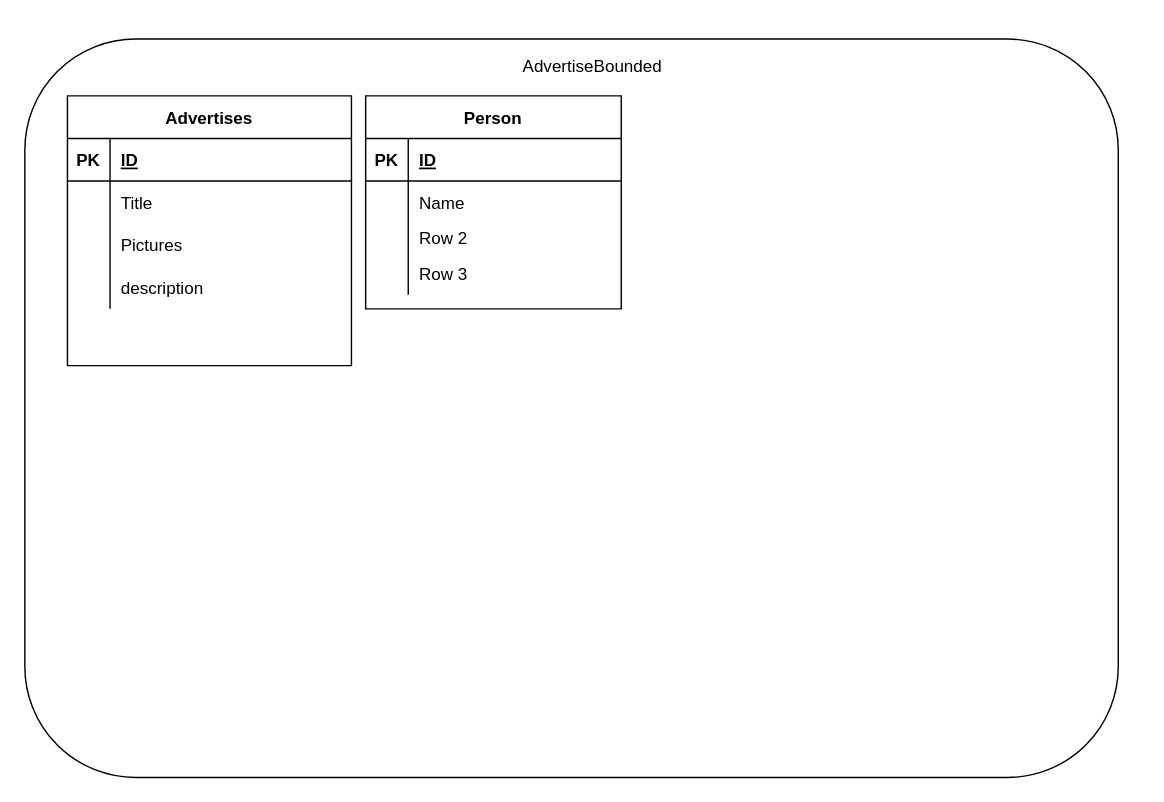
ramzibdair/test keeps this draw.io diagram as Untitled Diagram.drawio. Above is the earlier version. Source tidied: cells renumbered, new cells numbered last; positions are measured from the earlier drawing's top-left corner, leaving out a move shared by most shapes. Both pictures are drawn from the tidied source at 142%, with x=0, y=0 at pixel (24, 38).
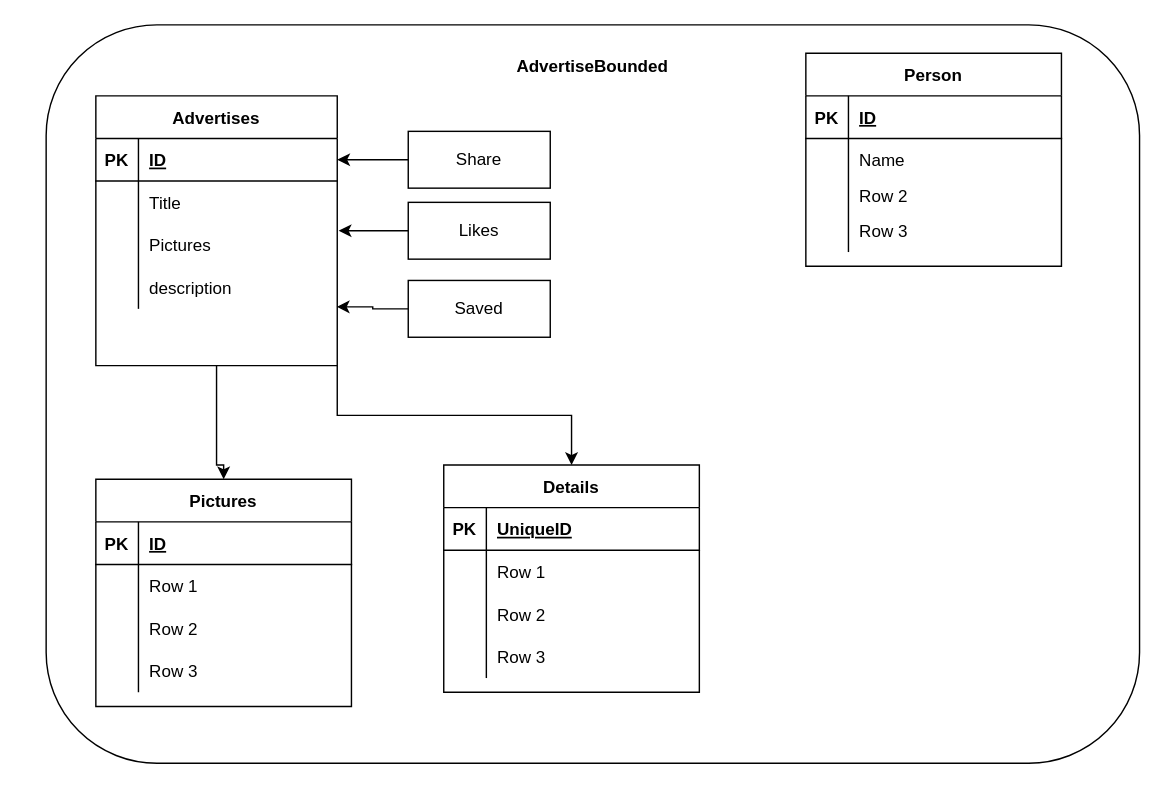
After the change.

Commit message:
Add Shared Entities

What changed in the source:
```diff
@@
     <mxCell id="2" style="rounded=1;whiteSpace=wrap;html=1;" parent="1" vertex="1">
-      <mxGeometry width="770" height="520" as="geometry" />
+      <mxGeometry x="15" y="-10" width="770" height="520" as="geometry" />
     </mxCell>
-    <mxCell id="3" value="AdvertiseBounded" style="text;html=1;strokeColor=none;fillColor=none;align=center;verticalAlign=middle;whiteSpace=wrap;rounded=0;" parent="1" vertex="1">
+    <mxCell id="3" value="&lt;b&gt;AdvertiseBounded&lt;/b&gt;" style="text;html=1;strokeColor=none;fillColor=none;align=center;verticalAlign=middle;whiteSpace=wrap;rounded=0;" parent="1" vertex="1">
       <mxGeometry x="360" y="10" width="80" height="20" as="geometry" />
     </mxCell>
+    <mxCell id="30" style="edgeStyle=orthogonalEdgeStyle;rounded=0;jettySize=auto;html=1;exitX=0.5;exitY=1;exitDx=0;exitDy=0;entryX=0.5;entryY=0;entryDx=0;entryDy=0;" parent="1" edge="1" source="4" target="32">
+      <mxGeometry relative="1" as="geometry">
+        <Array as="points">
+          <mxPoint x="135" y="300" />
+        </Array>
+      </mxGeometry>
+    </mxCell>
+    <mxCell id="31" style="edgeStyle=orthogonalEdgeStyle;rounded=0;jettySize=auto;html=1;exitX=1;exitY=1;exitDx=0;exitDy=0;" parent="1" edge="1" source="4" target="45">
+      <mxGeometry relative="1" as="geometry" />
+    </mxCell>
     <mxCell id="4" value="Advertises" style="shape=table;startSize=30;childLayout=tableLayout;rowLines=0;fontStyle=1;align=center;" parent="1" vertex="1">
-      <mxGeometry x="30" y="40" width="200" height="190" as="geometry" />
+      <mxGeometry x="50" y="40" width="170" height="190" as="geometry" />
     </mxCell>
     <mxCell id="5" style="shape=partialRectangle;fillColor=none;top=0;left=0;bottom=1;right=0;points=[[0,0.5],[1,0.5]];portConstraint=eastwest;" parent="4" vertex="1">
-      <mxGeometry y="30" width="200" height="30" as="geometry" />
+      <mxGeometry y="30" width="170" height="30" as="geometry" />
     </mxCell>
@@
     <mxCell id="7" value="ID" style="shape=partialRectangle;fillColor=none;top=0;left=0;bottom=0;right=0;align=left;spacingLeft=6;fontStyle=5;overflow=hidden;" parent="5" vertex="1">
-      <mxGeometry x="30" width="170" height="30" as="geometry" />
+      <mxGeometry x="30" width="140" height="30" as="geometry" />
     </mxCell>
     <mxCell id="8" style="shape=partialRectangle;fillColor=none;top=0;left=0;bottom=0;right=0;" parent="4" vertex="1">
-      <mxGeometry y="60" width="200" height="30" as="geometry" />
+      <mxGeometry y="60" width="170" height="30" as="geometry" />
     </mxCell>
@@
     <mxCell id="10" value="Title" style="shape=partialRectangle;fillColor=none;top=0;left=0;bottom=0;right=0;align=left;spacingLeft=6;overflow=hidden;" parent="8" vertex="1">
-      <mxGeometry x="30" width="170" height="30" as="geometry" />
+      <mxGeometry x="30" width="140" height="30" as="geometry" />
     </mxCell>
     <mxCell id="11" style="shape=partialRectangle;fillColor=none;top=0;left=0;bottom=0;right=0;" parent="4" vertex="1">
-      <mxGeometry y="90" width="200" height="30" as="geometry" />
+      <mxGeometry y="90" width="170" height="30" as="geometry" />
     </mxCell>
@@
     <mxCell id="13" value="Pictures" style="shape=partialRectangle;fillColor=none;top=0;left=0;bottom=0;right=0;align=left;spacingLeft=6;overflow=hidden;" parent="11" vertex="1">
-      <mxGeometry x="30" width="170" height="30" as="geometry" />
+      <mxGeometry x="30" width="140" height="30" as="geometry" />
     </mxCell>
     <mxCell id="14" style="shape=partialRectangle;fillColor=none;top=0;left=0;bottom=0;right=0;points=[[0,0.5],[1,0.5]];portConstraint=eastwest;" parent="4" vertex="1">
-      <mxGeometry y="120" width="200" height="30" as="geometry" />
+      <mxGeometry y="120" width="170" height="30" as="geometry" />
     </mxCell>
@@
     <mxCell id="16" value="description" style="shape=partialRectangle;fillColor=none;top=0;left=0;bottom=0;right=0;align=left;spacingLeft=6;overflow=hidden;" parent="14" vertex="1">
-      <mxGeometry x="30" width="170" height="30" as="geometry" />
+      <mxGeometry x="30" width="140" height="30" as="geometry" />
     </mxCell>
     <mxCell id="17" value="Person" style="shape=table;startSize=30;childLayout=tableLayout;rowLines=0;fontStyle=1;align=center;" parent="1" vertex="1">
-      <mxGeometry x="240" y="40" width="180" height="150" as="geometry" />
+      <mxGeometry x="550" y="10" width="180" height="150" as="geometry" />
     </mxCell>
@@
+    <mxCell id="32" value="Pictures" style="shape=table;startSize=30;childLayout=tableLayout;rowLines=0;fontStyle=1;align=center;" parent="1" vertex="1">
+      <mxGeometry x="50" y="310" width="180" height="160" as="geometry" />
+    </mxCell>
+    <mxCell id="33" style="shape=partialRectangle;fillColor=none;top=0;left=0;bottom=1;right=0;" parent="32" vertex="1">
+      <mxGeometry y="30" width="180" height="30" as="geometry" />
+    </mxCell>
+    <mxCell id="34" value="PK" style="shape=partialRectangle;fillColor=none;top=0;left=0;bottom=0;right=0;fontStyle=1;overflow=hidden;" parent="33" vertex="1">
+      <mxGeometry width="30" height="30" as="geometry" />
+    </mxCell>
+    <mxCell id="35" value="ID" style="shape=partialRectangle;fillColor=none;top=0;left=0;bottom=0;right=0;align=left;spacingLeft=6;fontStyle=5;overflow=hidden;" parent="33" vertex="1">
+      <mxGeometry x="30" width="150" height="30" as="geometry" />
+    </mxCell>
+    <mxCell id="36" style="shape=partialRectangle;fillColor=none;top=0;left=0;bottom=0;right=0;" parent="32" vertex="1">
+      <mxGeometry y="60" width="180" height="30" as="geometry" />
+    </mxCell>
+    <mxCell id="37" style="shape=partialRectangle;fillColor=none;top=0;left=0;bottom=0;right=0;overflow=hidden;" parent="36" vertex="1">
+      <mxGeometry width="30" height="30" as="geometry" />
+    </mxCell>
+    <mxCell id="38" value="Row 1" style="shape=partialRectangle;fillColor=none;top=0;left=0;bottom=0;right=0;align=left;spacingLeft=6;overflow=hidden;" parent="36" vertex="1">
+      <mxGeometry x="30" width="150" height="30" as="geometry" />
+    </mxCell>
+    <mxCell id="39" style="shape=partialRectangle;fillColor=none;top=0;left=0;bottom=0;right=0;" parent="32" vertex="1">
+      <mxGeometry y="90" width="180" height="30" as="geometry" />
+    </mxCell>
+    <mxCell id="40" style="shape=partialRectangle;fillColor=none;top=0;left=0;bottom=0;right=0;overflow=hidden;" parent="39" vertex="1">
+      <mxGeometry width="30" height="30" as="geometry" />
+    </mxCell>
+    <mxCell id="41" value="Row 2" style="shape=partialRectangle;fillColor=none;top=0;left=0;bottom=0;right=0;align=left;spacingLeft=6;overflow=hidden;" parent="39" vertex="1">
+      <mxGeometry x="30" width="150" height="30" as="geometry" />
+    </mxCell>
+    <mxCell id="42" style="shape=partialRectangle;fillColor=none;top=0;left=0;bottom=0;right=0;" parent="32" vertex="1">
+      <mxGeometry y="120" width="180" height="30" as="geometry" />
+    </mxCell>
+    <mxCell id="43" style="shape=partialRectangle;fillColor=none;top=0;left=0;bottom=0;right=0;overflow=hidden;" parent="42" vertex="1">
+      <mxGeometry width="30" height="30" as="geometry" />
+    </mxCell>
+    <mxCell id="44" value="Row 3" style="shape=partialRectangle;fillColor=none;top=0;left=0;bottom=0;right=0;align=left;spacingLeft=6;overflow=hidden;" parent="42" vertex="1">
+      <mxGeometry x="30" width="150" height="30" as="geometry" />
+    </mxCell>
+    <mxCell id="45" value="Details" style="shape=table;startSize=30;childLayout=tableLayout;rowLines=0;fontStyle=1;align=center;" parent="1" vertex="1">
+      <mxGeometry x="295" y="300" width="180" height="160" as="geometry" />
+    </mxCell>
+    <mxCell id="46" style="shape=partialRectangle;fillColor=none;top=0;left=0;bottom=1;right=0;" parent="45" vertex="1">
+      <mxGeometry y="30" width="180" height="30" as="geometry" />
+    </mxCell>
+    <mxCell id="47" value="PK" style="shape=partialRectangle;fillColor=none;top=0;left=0;bottom=0;right=0;fontStyle=1;overflow=hidden;" parent="46" vertex="1">
+      <mxGeometry width="30" height="30" as="geometry" />
+    </mxCell>
+    <mxCell id="48" value="UniqueID" style="shape=partialRectangle;fillColor=none;top=0;left=0;bottom=0;right=0;align=left;spacingLeft=6;fontStyle=5;overflow=hidden;" parent="46" vertex="1">
+      <mxGeometry x="30" width="150" height="30" as="geometry" />
+    </mxCell>
+    <mxCell id="49" style="shape=partialRectangle;fillColor=none;top=0;left=0;bottom=0;right=0;" parent="45" vertex="1">
+      <mxGeometry y="60" width="180" height="30" as="geometry" />
+    </mxCell>
+    <mxCell id="50" style="shape=partialRectangle;fillColor=none;top=0;left=0;bottom=0;right=0;overflow=hidden;" parent="49" vertex="1">
+      <mxGeometry width="30" height="30" as="geometry" />
+    </mxCell>
+    <mxCell id="51" value="Row 1" style="shape=partialRectangle;fillColor=none;top=0;left=0;bottom=0;right=0;align=left;spacingLeft=6;overflow=hidden;" parent="49" vertex="1">
+      <mxGeometry x="30" width="150" height="30" as="geometry" />
+    </mxCell>
+    <mxCell id="52" style="shape=partialRectangle;fillColor=none;top=0;left=0;bottom=0;right=0;" parent="45" vertex="1">
+      <mxGeometry y="90" width="180" height="30" as="geometry" />
+    </mxCell>
+    <mxCell id="53" style="shape=partialRectangle;fillColor=none;top=0;left=0;bottom=0;right=0;overflow=hidden;" parent="52" vertex="1">
+      <mxGeometry width="30" height="30" as="geometry" />
+    </mxCell>
+    <mxCell id="54" value="Row 2" style="shape=partialRectangle;fillColor=none;top=0;left=0;bottom=0;right=0;align=left;spacingLeft=6;overflow=hidden;" parent="52" vertex="1">
+      <mxGeometry x="30" width="150" height="30" as="geometry" />
+    </mxCell>
+    <mxCell id="55" style="shape=partialRectangle;fillColor=none;top=0;left=0;bottom=0;right=0;" parent="45" vertex="1">
+      <mxGeometry y="120" width="180" height="30" as="geometry" />
+    </mxCell>
+    <mxCell id="56" style="shape=partialRectangle;fillColor=none;top=0;left=0;bottom=0;right=0;overflow=hidden;" parent="55" vertex="1">
+      <mxGeometry width="30" height="30" as="geometry" />
+    </mxCell>
+    <mxCell id="57" value="Row 3" style="shape=partialRectangle;fillColor=none;top=0;left=0;bottom=0;right=0;align=left;spacingLeft=6;overflow=hidden;" parent="55" vertex="1">
+      <mxGeometry x="30" width="150" height="30" as="geometry" />
+    </mxCell>
+    <mxCell id="58" style="edgeStyle=orthogonalEdgeStyle;rounded=0;jettySize=auto;html=1;exitX=0;exitY=0.5;exitDx=0;exitDy=0;" parent="1" edge="1" source="59" target="5">
+      <mxGeometry relative="1" as="geometry" />
+    </mxCell>
+    <mxCell id="59" value="Share" style="whiteSpace=wrap;html=1;align=center;" parent="1" vertex="1">
+      <mxGeometry x="270" y="65" width="100" height="40" as="geometry" />
+    </mxCell>
+    <mxCell id="60" style="edgeStyle=orthogonalEdgeStyle;rounded=0;jettySize=auto;html=1;exitX=0;exitY=0.5;exitDx=0;exitDy=0;" parent="1" edge="1" source="61">
+      <mxGeometry relative="1" as="geometry">
+        <mxPoint x="221" y="135" as="targetPoint" />
+      </mxGeometry>
+    </mxCell>
+    <mxCell id="61" value="Likes" style="whiteSpace=wrap;html=1;align=center;" parent="1" vertex="1">
+      <mxGeometry x="270" y="115" width="100" height="40" as="geometry" />
+    </mxCell>
+    <mxCell id="62" style="edgeStyle=orthogonalEdgeStyle;rounded=0;jettySize=auto;html=1;entryX=0.998;entryY=0.953;entryDx=0;entryDy=0;entryPerimeter=0;" parent="1" edge="1" source="63" target="14">
+      <mxGeometry relative="1" as="geometry" />
+    </mxCell>
+    <mxCell id="63" value="Saved" style="whiteSpace=wrap;html=1;align=center;" parent="1" vertex="1">
+      <mxGeometry x="270" y="170" width="100" height="40" as="geometry" />
+    </mxCell>
```
